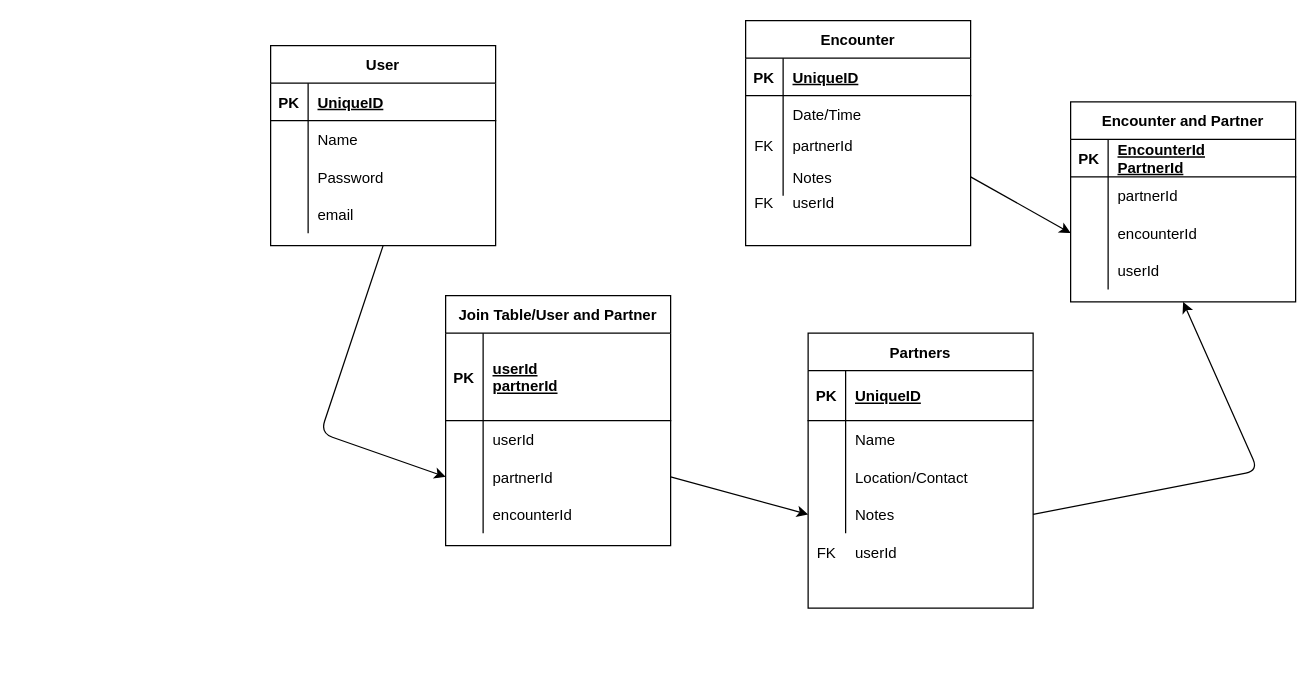
joshdewhurst/Project_2 keeps this draw.io diagram as .drawio. Above is the earlier version. Source tidied: cells renumbered, new cells numbered last; positions are measured from the earlier drawing's top-left corner, leaving out a move shared by most shapes. Both pictures are drawn from the tidied source at 125%, with x=0, y=0 at pixel (270, 20).
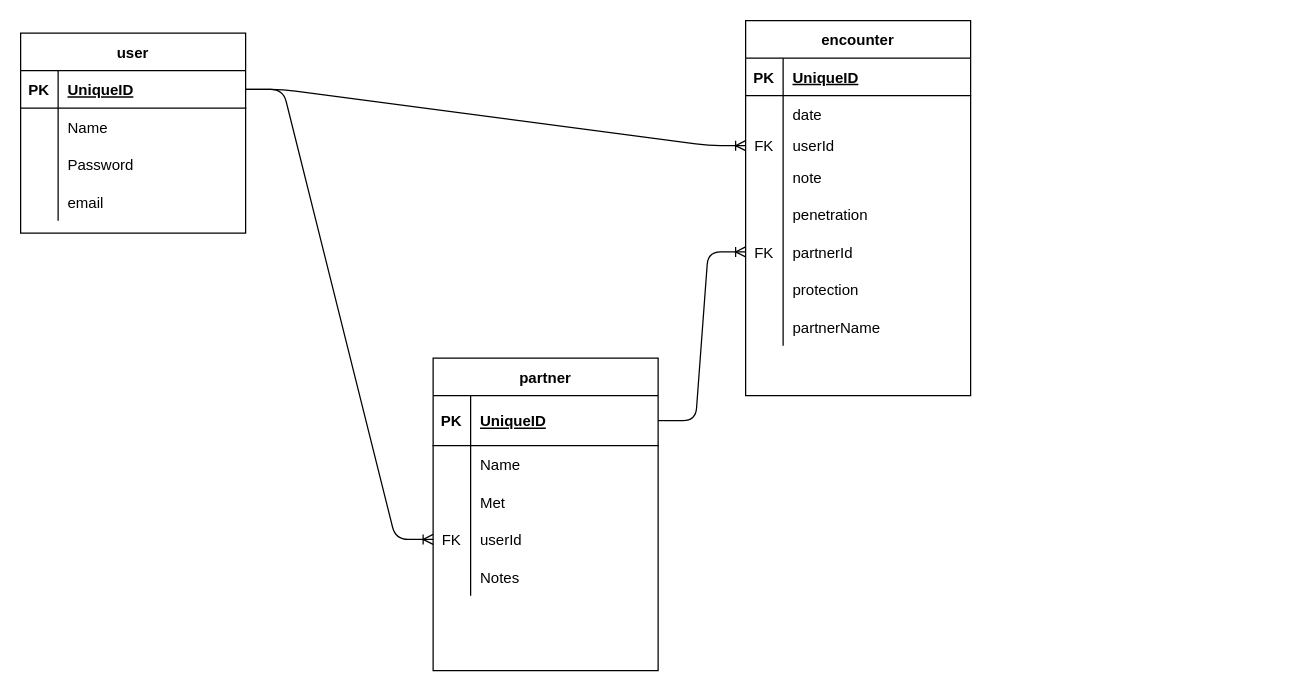
Above is the later version.

Unchanged cells that the change refers to:
```xml
<mxCell id="6" style="shape=partialRectangle;fillColor=none;top=0;left=0;bottom=0;right=0;" parent="2" vertex="1">
  <mxGeometry y="60" width="180" height="30" as="geometry" />
</mxCell>
<mxCell id="9" style="shape=partialRectangle;fillColor=none;top=0;left=0;bottom=0;right=0;points=[[0,0.5],[1,0.5]];portConstraint=eastwest;" parent="2" vertex="1">
  <mxGeometry y="90" width="180" height="20" as="geometry" />
</mxCell>
<mxCell id="12" style="shape=partialRectangle;fillColor=none;top=0;left=0;bottom=0;right=0;points=[[0,0.5],[1,0.5]];portConstraint=eastwest;" parent="2" vertex="1">
  <mxGeometry y="110" width="180" height="30" as="geometry" />
</mxCell>
<mxCell id="16" style="shape=partialRectangle;fillColor=none;top=0;left=0;bottom=1;right=0;points=[[0,0.5],[1,0.5]];portConstraint=eastwest;" parent="15" vertex="1">
  <mxGeometry y="30" width="180" height="40" as="geometry" />
</mxCell>
<mxCell id="22" style="shape=partialRectangle;fillColor=none;top=0;left=0;bottom=0;right=0;" parent="15" vertex="1">
  <mxGeometry y="100" width="180" height="30" as="geometry" />
</mxCell>
<mxCell id="30" style="shape=partialRectangle;fillColor=none;top=0;left=0;bottom=1;right=0;points=[[0,0.5],[1,0.5]];portConstraint=eastwest;" parent="29" vertex="1">
  <mxGeometry y="30" width="180" height="30" as="geometry" />
</mxCell>
```

Change to the diagram source:
```diff
@@
-    <mxCell id="2" value="Encounter" style="shape=table;startSize=30;childLayout=tableLayout;rowLines=0;fontStyle=1;align=center;" parent="1" vertex="1">
-      <mxGeometry x="380" width="180" height="180" as="geometry" />
+    <mxCell id="2" value="encounter" style="shape=table;startSize=30;childLayout=tableLayout;rowLines=0;fontStyle=1;align=center;" parent="1" vertex="1">
+      <mxGeometry x="380" width="180" height="300" as="geometry" />
     </mxCell>
@@
-    <mxCell id="8" value="Date/Time" style="shape=partialRectangle;fillColor=none;top=0;left=0;bottom=0;right=0;align=left;spacingLeft=6;overflow=hidden;" parent="6" vertex="1">
+    <mxCell id="8" value="date" style="shape=partialRectangle;fillColor=none;top=0;left=0;bottom=0;right=0;align=left;spacingLeft=6;overflow=hidden;" parent="6" vertex="1">
       <mxGeometry x="30" width="150" height="30" as="geometry" />
     </mxCell>
@@
-    <mxCell id="11" value="partnerId" style="shape=partialRectangle;fillColor=none;top=0;left=0;bottom=0;right=0;align=left;spacingLeft=6;overflow=hidden;" parent="9" vertex="1">
+    <mxCell id="11" value="userId" style="shape=partialRectangle;fillColor=none;top=0;left=0;bottom=0;right=0;align=left;spacingLeft=6;overflow=hidden;" parent="9" vertex="1">
       <mxGeometry x="30" width="150" height="20" as="geometry" />
     </mxCell>
@@
-    <mxCell id="14" value="Notes" style="shape=partialRectangle;fillColor=none;top=0;left=0;bottom=0;right=0;align=left;spacingLeft=6;overflow=hidden;" parent="12" vertex="1">
+    <mxCell id="14" value="note" style="shape=partialRectangle;fillColor=none;top=0;left=0;bottom=0;right=0;align=left;spacingLeft=6;overflow=hidden;" parent="12" vertex="1">
       <mxGeometry x="30" width="150" height="30" as="geometry" />
     </mxCell>
+    <mxCell id="75" style="shape=partialRectangle;fillColor=none;top=0;left=0;bottom=0;right=0;" parent="2" vertex="1">
+      <mxGeometry y="140" width="180" height="30" as="geometry" />
+    </mxCell>
+    <mxCell id="76" style="shape=partialRectangle;fillColor=none;top=0;left=0;bottom=0;right=0;overflow=hidden;" parent="75" vertex="1">
+      <mxGeometry width="30" height="30" as="geometry" />
+    </mxCell>
+    <mxCell id="77" value="penetration" style="shape=partialRectangle;fillColor=none;top=0;left=0;bottom=0;right=0;align=left;spacingLeft=6;overflow=hidden;" parent="75" vertex="1">
+      <mxGeometry x="30" width="150" height="30" as="geometry" />
+    </mxCell>
+    <mxCell id="78" style="shape=partialRectangle;fillColor=none;top=0;left=0;bottom=0;right=0;points=[[0,0.5],[1,0.5]];portConstraint=eastwest;" parent="2" vertex="1">
+      <mxGeometry y="170" width="180" height="30" as="geometry" />
+    </mxCell>
+    <mxCell id="79" value="FK" style="shape=partialRectangle;fillColor=none;top=0;left=0;bottom=0;right=0;overflow=hidden;" parent="78" vertex="1">
+      <mxGeometry width="30" height="30" as="geometry" />
+    </mxCell>
+    <mxCell id="80" value="partnerId" style="shape=partialRectangle;fillColor=none;top=0;left=0;bottom=0;right=0;align=left;spacingLeft=6;overflow=hidden;" parent="78" vertex="1">
+      <mxGeometry x="30" width="150" height="30" as="geometry" />
+    </mxCell>
+    <mxCell id="81" style="shape=partialRectangle;fillColor=none;top=0;left=0;bottom=0;right=0;" parent="2" vertex="1">
+      <mxGeometry y="200" width="180" height="30" as="geometry" />
+    </mxCell>
+    <mxCell id="82" style="shape=partialRectangle;fillColor=none;top=0;left=0;bottom=0;right=0;overflow=hidden;" parent="81" vertex="1">
+      <mxGeometry width="30" height="30" as="geometry" />
+    </mxCell>
+    <mxCell id="83" value="protection" style="shape=partialRectangle;fillColor=none;top=0;left=0;bottom=0;right=0;align=left;spacingLeft=6;overflow=hidden;" parent="81" vertex="1">
+      <mxGeometry x="30" width="150" height="30" as="geometry" />
+    </mxCell>
+    <mxCell id="84" style="shape=partialRectangle;fillColor=none;top=0;left=0;bottom=0;right=0;" parent="2" vertex="1">
+      <mxGeometry y="230" width="180" height="30" as="geometry" />
+    </mxCell>
+    <mxCell id="85" style="shape=partialRectangle;fillColor=none;top=0;left=0;bottom=0;right=0;overflow=hidden;" parent="84" vertex="1">
+      <mxGeometry width="30" height="30" as="geometry" />
+    </mxCell>
+    <mxCell id="86" value="partnerName" style="shape=partialRectangle;fillColor=none;top=0;left=0;bottom=0;right=0;align=left;spacingLeft=6;overflow=hidden;" parent="84" vertex="1">
+      <mxGeometry x="30" width="150" height="30" as="geometry" />
+    </mxCell>
-    <mxCell id="15" value="Partners" style="shape=table;startSize=30;childLayout=tableLayout;rowLines=0;fontStyle=1;align=center;" parent="1" vertex="1">
-      <mxGeometry x="430" y="250" width="180" height="220" as="geometry" />
+    <mxCell id="15" value="partner" style="shape=table;startSize=30;childLayout=tableLayout;rowLines=0;fontStyle=1;align=center;" parent="1" vertex="1">
+      <mxGeometry x="130" y="270" width="180" height="250" as="geometry" />
     </mxCell>
@@
-    <mxCell id="24" value="Location/Contact" style="shape=partialRectangle;fillColor=none;top=0;left=0;bottom=0;right=0;align=left;spacingLeft=6;overflow=hidden;" parent="22" vertex="1">
+    <mxCell id="24" value="Met" style="shape=partialRectangle;fillColor=none;top=0;left=0;bottom=0;right=0;align=left;spacingLeft=6;overflow=hidden;" parent="22" vertex="1">
       <mxGeometry x="30" width="150" height="30" as="geometry" />
     </mxCell>
+    <mxCell id="53" style="shape=partialRectangle;fillColor=none;top=0;left=0;bottom=0;right=0;points=[[0,0.5],[1,0.5]];portConstraint=eastwest;" parent="15" vertex="1">
+      <mxGeometry y="130" width="180" height="30" as="geometry" />
+    </mxCell>
+    <mxCell id="87" value="FK" style="shape=partialRectangle;fillColor=none;top=0;left=0;bottom=0;right=0;overflow=hidden;" parent="53" vertex="1">
+      <mxGeometry width="30" height="30" as="geometry" />
+    </mxCell>
+    <mxCell id="88" value="userId" style="shape=partialRectangle;fillColor=none;top=0;left=0;bottom=0;right=0;align=left;spacingLeft=6;overflow=hidden;" parent="53" vertex="1">
+      <mxGeometry x="30" width="150" height="30" as="geometry" />
+    </mxCell>
     <mxCell id="25" style="shape=partialRectangle;fillColor=none;top=0;left=0;bottom=0;right=0;points=[[0,0.5],[1,0.5]];portConstraint=eastwest;" parent="15" vertex="1">
-      <mxGeometry y="130" width="180" height="30" as="geometry" />
+      <mxGeometry y="160" width="180" height="30" as="geometry" />
     </mxCell>
@@
-    <mxCell id="28" style="edgeStyle=none;html=1;exitX=0.5;exitY=1;exitDx=0;exitDy=0;entryX=0;entryY=0.5;entryDx=0;entryDy=0;" parent="1" edge="1" source="29" target="53">
-      <mxGeometry relative="1" as="geometry">
-        <Array as="points">
-          <mxPoint x="40" y="330" />
-        </Array>
-      </mxGeometry>
-    </mxCell>
-    <mxCell id="29" value="User" style="shape=table;startSize=30;childLayout=tableLayout;rowLines=0;fontStyle=1;align=center;" parent="1" vertex="1">
-      <mxGeometry y="20" width="180" height="160" as="geometry" />
+    <mxCell id="29" value="user" style="shape=table;startSize=30;childLayout=tableLayout;rowLines=0;fontStyle=1;align=center;" parent="1" vertex="1">
+      <mxGeometry x="-200" y="10" width="180" height="160" as="geometry" />
     </mxCell>
@@
-    <mxCell id="42" value="userId" style="shape=partialRectangle;fillColor=none;top=0;left=0;bottom=0;right=0;align=left;spacingLeft=6;overflow=hidden;" parent="1" vertex="1">
-      <mxGeometry x="460" y="410" width="150" height="30" as="geometry" />
-    </mxCell>
-    <mxCell id="43" value="FK" style="shape=partialRectangle;fillColor=none;top=0;left=0;bottom=0;right=0;overflow=hidden;" parent="1" vertex="1">
+    <mxCell id="43" style="shape=partialRectangle;fillColor=none;top=0;left=0;bottom=0;right=0;overflow=hidden;" parent="1" vertex="1">
       <mxGeometry x="430" y="410" width="30" height="30" as="geometry" />
     </mxCell>
-    <mxCell id="44" value="userId" style="shape=partialRectangle;fillColor=none;top=0;left=0;bottom=0;right=0;align=left;spacingLeft=6;overflow=hidden;" parent="1" vertex="1">
-      <mxGeometry x="410" y="130" width="150" height="30" as="geometry" />
-    </mxCell>
-    <mxCell id="45" value="FK" style="shape=partialRectangle;fillColor=none;top=0;left=0;bottom=0;right=0;overflow=hidden;" parent="1" vertex="1">
-      <mxGeometry x="380" y="130" width="30" height="30" as="geometry" />
-    </mxCell>
-    <mxCell id="46" value="Join Table/User and Partner" style="shape=table;startSize=30;childLayout=tableLayout;rowLines=0;fontStyle=1;align=center;" parent="1" vertex="1">
-      <mxGeometry x="140" y="220" width="180" height="200" as="geometry" />
-    </mxCell>
-    <mxCell id="47" style="shape=partialRectangle;fillColor=none;top=0;left=0;bottom=1;right=0;" parent="46" vertex="1">
-      <mxGeometry y="30" width="180" height="70" as="geometry" />
-    </mxCell>
-    <mxCell id="48" value="PK" style="shape=partialRectangle;fillColor=none;top=0;left=0;bottom=0;right=0;fontStyle=1;overflow=hidden;" parent="47" vertex="1">
-      <mxGeometry width="30" height="70" as="geometry" />
-    </mxCell>
-    <mxCell id="49" value="userId&#10;partnerId" style="shape=partialRectangle;fillColor=none;top=0;left=0;bottom=0;right=0;align=left;spacingLeft=6;fontStyle=5;overflow=hidden;" parent="47" vertex="1">
-      <mxGeometry x="30" width="150" height="70" as="geometry" />
-    </mxCell>
-    <mxCell id="50" style="shape=partialRectangle;fillColor=none;top=0;left=0;bottom=0;right=0;" parent="46" vertex="1">
-      <mxGeometry y="100" width="180" height="30" as="geometry" />
-    </mxCell>
-    <mxCell id="51" style="shape=partialRectangle;fillColor=none;top=0;left=0;bottom=0;right=0;overflow=hidden;" parent="50" vertex="1">
-      <mxGeometry width="30" height="30" as="geometry" />
-    </mxCell>
-    <mxCell id="52" value="userId" style="shape=partialRectangle;fillColor=none;top=0;left=0;bottom=0;right=0;align=left;spacingLeft=6;overflow=hidden;" parent="50" vertex="1">
-      <mxGeometry x="30" width="150" height="30" as="geometry" />
-    </mxCell>
-    <mxCell id="53" style="shape=partialRectangle;fillColor=none;top=0;left=0;bottom=0;right=0;points=[[0,0.5],[1,0.5]];portConstraint=eastwest;" parent="46" vertex="1">
-      <mxGeometry y="130" width="180" height="30" as="geometry" />
-    </mxCell>
-    <mxCell id="54" style="shape=partialRectangle;fillColor=none;top=0;left=0;bottom=0;right=0;overflow=hidden;" parent="53" vertex="1">
-      <mxGeometry width="30" height="30" as="geometry" />
-    </mxCell>
-    <mxCell id="55" value="partnerId" style="shape=partialRectangle;fillColor=none;top=0;left=0;bottom=0;right=0;align=left;spacingLeft=6;overflow=hidden;" parent="53" vertex="1">
-      <mxGeometry x="30" width="150" height="30" as="geometry" />
-    </mxCell>
-    <mxCell id="56" style="shape=partialRectangle;fillColor=none;top=0;left=0;bottom=0;right=0;" parent="46" vertex="1">
-      <mxGeometry y="160" width="180" height="30" as="geometry" />
-    </mxCell>
-    <mxCell id="57" style="shape=partialRectangle;fillColor=none;top=0;left=0;bottom=0;right=0;overflow=hidden;" parent="56" vertex="1">
-      <mxGeometry width="30" height="30" as="geometry" />
-    </mxCell>
-    <mxCell id="58" value="encounterId" style="shape=partialRectangle;fillColor=none;top=0;left=0;bottom=0;right=0;align=left;spacingLeft=6;overflow=hidden;" parent="56" vertex="1">
-      <mxGeometry x="30" width="150" height="30" as="geometry" />
-    </mxCell>
-    <mxCell id="59" style="edgeStyle=none;html=1;exitX=1;exitY=0.5;exitDx=0;exitDy=0;entryX=0;entryY=0.5;entryDx=0;entryDy=0;" parent="1" edge="1" source="53" target="25">
-      <mxGeometry relative="1" as="geometry" />
-    </mxCell>
-    <mxCell id="60" value="Encounter and Partner" style="shape=table;startSize=30;childLayout=tableLayout;rowLines=0;fontStyle=1;align=center;" parent="1" vertex="1">
-      <mxGeometry x="640" y="65" width="180" height="160" as="geometry" />
-    </mxCell>
-    <mxCell id="61" style="shape=partialRectangle;fillColor=none;top=0;left=0;bottom=1;right=0;" parent="60" vertex="1">
-      <mxGeometry y="30" width="180" height="30" as="geometry" />
-    </mxCell>
-    <mxCell id="62" value="PK" style="shape=partialRectangle;fillColor=none;top=0;left=0;bottom=0;right=0;fontStyle=1;overflow=hidden;" parent="61" vertex="1">
-      <mxGeometry width="30" height="30" as="geometry" />
-    </mxCell>
-    <mxCell id="63" value="EncounterId&#10;PartnerId" style="shape=partialRectangle;fillColor=none;top=0;left=0;bottom=0;right=0;align=left;spacingLeft=6;fontStyle=5;overflow=hidden;" parent="61" vertex="1">
-      <mxGeometry x="30" width="150" height="30" as="geometry" />
-    </mxCell>
-    <mxCell id="64" style="shape=partialRectangle;fillColor=none;top=0;left=0;bottom=0;right=0;" parent="60" vertex="1">
-      <mxGeometry y="60" width="180" height="30" as="geometry" />
-    </mxCell>
-    <mxCell id="65" style="shape=partialRectangle;fillColor=none;top=0;left=0;bottom=0;right=0;overflow=hidden;" parent="64" vertex="1">
-      <mxGeometry width="30" height="30" as="geometry" />
-    </mxCell>
-    <mxCell id="66" value="partnerId" style="shape=partialRectangle;fillColor=none;top=0;left=0;bottom=0;right=0;align=left;spacingLeft=6;overflow=hidden;" parent="64" vertex="1">
-      <mxGeometry x="30" width="150" height="30" as="geometry" />
-    </mxCell>
-    <mxCell id="67" style="shape=partialRectangle;fillColor=none;top=0;left=0;bottom=0;right=0;points=[[0,0.5],[1,0.5]];portConstraint=eastwest;" parent="60" vertex="1">
-      <mxGeometry y="90" width="180" height="30" as="geometry" />
-    </mxCell>
-    <mxCell id="68" style="shape=partialRectangle;fillColor=none;top=0;left=0;bottom=0;right=0;overflow=hidden;" parent="67" vertex="1">
-      <mxGeometry width="30" height="30" as="geometry" />
-    </mxCell>
-    <mxCell id="69" value="encounterId" style="shape=partialRectangle;fillColor=none;top=0;left=0;bottom=0;right=0;align=left;spacingLeft=6;overflow=hidden;" parent="67" vertex="1">
-      <mxGeometry x="30" width="150" height="30" as="geometry" />
-    </mxCell>
-    <mxCell id="70" style="shape=partialRectangle;fillColor=none;top=0;left=0;bottom=0;right=0;" parent="60" vertex="1">
-      <mxGeometry y="120" width="180" height="30" as="geometry" />
-    </mxCell>
-    <mxCell id="71" style="shape=partialRectangle;fillColor=none;top=0;left=0;bottom=0;right=0;overflow=hidden;" parent="70" vertex="1">
-      <mxGeometry width="30" height="30" as="geometry" />
-    </mxCell>
-    <mxCell id="72" value="userId" style="shape=partialRectangle;fillColor=none;top=0;left=0;bottom=0;right=0;align=left;spacingLeft=6;overflow=hidden;" parent="70" vertex="1">
-      <mxGeometry x="30" width="150" height="30" as="geometry" />
-    </mxCell>
-    <mxCell id="73" style="edgeStyle=none;html=1;exitX=1;exitY=0.5;exitDx=0;exitDy=0;entryX=0;entryY=0.5;entryDx=0;entryDy=0;" parent="1" edge="1" source="12" target="67">
-      <mxGeometry relative="1" as="geometry" />
-    </mxCell>
-    <mxCell id="74" style="edgeStyle=none;html=1;exitX=1;exitY=0.5;exitDx=0;exitDy=0;entryX=0.5;entryY=1;entryDx=0;entryDy=0;" parent="1" edge="1" source="25" target="60">
-      <mxGeometry relative="1" as="geometry">
-        <Array as="points">
-          <mxPoint x="790" y="360" />
-        </Array>
-      </mxGeometry>
-    </mxCell>
+    <mxCell id="89" style="edgeStyle=entityRelationEdgeStyle;fontSize=12;html=1;endArrow=ERoneToMany;entryX=0;entryY=0.5;entryDx=0;entryDy=0;exitX=1;exitY=0.5;exitDx=0;exitDy=0;" parent="1" edge="1" source="30" target="53">
+      <mxGeometry relative="1" as="geometry" />
+    </mxCell>
+    <mxCell id="90" style="edgeStyle=entityRelationEdgeStyle;fontSize=12;html=1;endArrow=ERoneToMany;exitX=1;exitY=0.5;exitDx=0;exitDy=0;entryX=0;entryY=0.5;entryDx=0;entryDy=0;" parent="1" edge="1" source="30" target="9">
+      <mxGeometry relative="1" as="geometry" />
+    </mxCell>
+    <mxCell id="91" style="edgeStyle=entityRelationEdgeStyle;fontSize=12;html=1;endArrow=ERoneToMany;entryX=0;entryY=0.5;entryDx=0;entryDy=0;exitX=1;exitY=0.5;exitDx=0;exitDy=0;" parent="1" edge="1" source="16" target="78">
+      <mxGeometry relative="1" as="geometry" />
+    </mxCell>
```
